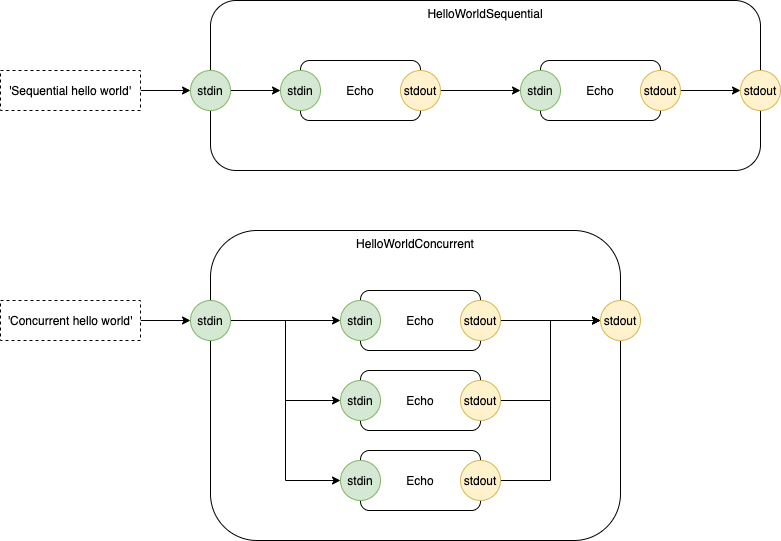
guitarvydas/py0d keeps this draw.io diagram as doc/test.png. Above is the earlier version. Source tidied: cells renumbered, new cells last; positions are measured from the earlier drawing's top-left corner, leaving out a move shared by most shapes. The source it was exported from:
```xml
<mxGraphModel>
  <root>
    <mxCell id="0" />
    <mxCell id="1" parent="0" />
    <mxCell id="2" value="HelloWorldSequential" style="rounded=1;whiteSpace=wrap;html=1;verticalAlign=top;" parent="1" vertex="1">
      <mxGeometry x="210" width="550" height="170" as="geometry" />
    </mxCell>
    <mxCell id="3" value="Echo" style="rounded=1;whiteSpace=wrap;html=1;" parent="1" vertex="1">
      <mxGeometry x="300" y="60" width="120" height="60" as="geometry" />
    </mxCell>
    <mxCell id="4" value="Echo" style="rounded=1;whiteSpace=wrap;html=1;" parent="1" vertex="1">
      <mxGeometry x="540" y="60" width="120" height="60" as="geometry" />
    </mxCell>
    <mxCell id="5" style="edgeStyle=orthogonalEdgeStyle;rounded=0;jettySize=auto;html=1;exitX=1;exitY=0.5;exitDx=0;exitDy=0;entryX=0;entryY=0.5;entryDx=0;entryDy=0;" parent="1" edge="1" source="6" target="7">
      <mxGeometry relative="1" as="geometry" />
    </mxCell>
    <mxCell id="6" value="stdout" style="ellipse;whiteSpace=wrap;html=1;fillColor=#fff2cc;strokeColor=#d6b656;" parent="1" vertex="1">
      <mxGeometry x="400" y="70" width="40" height="40" as="geometry" />
    </mxCell>
    <mxCell id="7" value="stdin" style="ellipse;whiteSpace=wrap;html=1;fillColor=#d5e8d4;strokeColor=#82b366;" parent="1" vertex="1">
      <mxGeometry x="520" y="70" width="40" height="40" as="geometry" />
    </mxCell>
    <mxCell id="8" value="stdin" style="ellipse;whiteSpace=wrap;html=1;fillColor=#d5e8d4;strokeColor=#82b366;" parent="1" vertex="1">
      <mxGeometry x="280" y="70" width="40" height="40" as="geometry" />
    </mxCell>
    <mxCell id="9" style="edgeStyle=orthogonalEdgeStyle;rounded=0;jettySize=auto;html=1;exitX=1;exitY=0.5;exitDx=0;exitDy=0;" parent="1" edge="1" source="10" target="11">
      <mxGeometry relative="1" as="geometry" />
    </mxCell>
    <mxCell id="10" value="stdout" style="ellipse;whiteSpace=wrap;html=1;fillColor=#fff2cc;strokeColor=#d6b656;" parent="1" vertex="1">
      <mxGeometry x="640" y="70" width="40" height="40" as="geometry" />
    </mxCell>
    <mxCell id="11" value="stdout" style="ellipse;whiteSpace=wrap;html=1;fillColor=#fff2cc;strokeColor=#d6b656;" parent="1" vertex="1">
      <mxGeometry x="740" y="70" width="40" height="40" as="geometry" />
    </mxCell>
    <mxCell id="12" style="edgeStyle=orthogonalEdgeStyle;rounded=0;jettySize=auto;html=1;exitX=1;exitY=0.5;exitDx=0;exitDy=0;entryX=0;entryY=0.5;entryDx=0;entryDy=0;" parent="1" edge="1" source="13" target="8">
      <mxGeometry relative="1" as="geometry" />
    </mxCell>
    <mxCell id="13" value="stdin" style="ellipse;whiteSpace=wrap;html=1;fillColor=#d5e8d4;strokeColor=#82b366;" parent="1" vertex="1">
      <mxGeometry x="190" y="70" width="40" height="40" as="geometry" />
    </mxCell>
    <mxCell id="14" style="edgeStyle=orthogonalEdgeStyle;rounded=0;jettySize=auto;html=1;exitX=1;exitY=0.5;exitDx=0;exitDy=0;entryX=0;entryY=0.5;entryDx=0;entryDy=0;" parent="1" edge="1" source="15" target="13">
      <mxGeometry relative="1" as="geometry" />
    </mxCell>
    <mxCell id="15" value="'Sequential hello world'" style="rounded=0;whiteSpace=wrap;html=1;dashed=1;" parent="1" vertex="1">
      <mxGeometry y="70" width="140" height="40" as="geometry" />
    </mxCell>
    <mxCell id="16" value="HelloWorldConcurrent" style="rounded=1;whiteSpace=wrap;html=1;verticalAlign=top;" parent="1" vertex="1">
      <mxGeometry x="210" y="230" width="410" height="310" as="geometry" />
    </mxCell>
    <mxCell id="17" value="Echo" style="rounded=1;whiteSpace=wrap;html=1;" parent="1" vertex="1">
      <mxGeometry x="360" y="290" width="120" height="60" as="geometry" />
    </mxCell>
    <mxCell id="18" value="Echo" style="rounded=1;whiteSpace=wrap;html=1;" parent="1" vertex="1">
      <mxGeometry x="360" y="450" width="120" height="60" as="geometry" />
    </mxCell>
    <mxCell id="19" style="edgeStyle=orthogonalEdgeStyle;rounded=0;jettySize=auto;html=1;exitX=1;exitY=0.5;exitDx=0;exitDy=0;entryX=0;entryY=0.5;entryDx=0;entryDy=0;" parent="1" edge="1" source="20" target="25">
      <mxGeometry relative="1" as="geometry" />
    </mxCell>
    <mxCell id="20" value="stdout" style="ellipse;whiteSpace=wrap;html=1;fillColor=#fff2cc;strokeColor=#d6b656;" parent="1" vertex="1">
      <mxGeometry x="460" y="300" width="40" height="40" as="geometry" />
    </mxCell>
    <mxCell id="21" value="stdin" style="ellipse;whiteSpace=wrap;html=1;fillColor=#d5e8d4;strokeColor=#82b366;" parent="1" vertex="1">
      <mxGeometry x="340" y="460" width="40" height="40" as="geometry" />
    </mxCell>
    <mxCell id="22" value="stdin" style="ellipse;whiteSpace=wrap;html=1;fillColor=#d5e8d4;strokeColor=#82b366;" parent="1" vertex="1">
      <mxGeometry x="340" y="300" width="40" height="40" as="geometry" />
    </mxCell>
    <mxCell id="23" style="edgeStyle=orthogonalEdgeStyle;rounded=0;jettySize=auto;html=1;exitX=1;exitY=0.5;exitDx=0;exitDy=0;entryX=0;entryY=0.5;entryDx=0;entryDy=0;" parent="1" edge="1" source="24" target="25">
      <mxGeometry relative="1" as="geometry" />
    </mxCell>
    <mxCell id="24" value="stdout" style="ellipse;whiteSpace=wrap;html=1;fillColor=#fff2cc;strokeColor=#d6b656;" parent="1" vertex="1">
      <mxGeometry x="460" y="460" width="40" height="40" as="geometry" />
    </mxCell>
    <mxCell id="25" value="stdout" style="ellipse;whiteSpace=wrap;html=1;fillColor=#fff2cc;strokeColor=#d6b656;" parent="1" vertex="1">
      <mxGeometry x="600" y="300" width="40" height="40" as="geometry" />
    </mxCell>
    <mxCell id="26" style="edgeStyle=orthogonalEdgeStyle;rounded=0;jettySize=auto;html=1;exitX=1;exitY=0.5;exitDx=0;exitDy=0;entryX=0;entryY=0.5;entryDx=0;entryDy=0;" parent="1" edge="1" source="29" target="22">
      <mxGeometry relative="1" as="geometry" />
    </mxCell>
    <mxCell id="27" style="edgeStyle=orthogonalEdgeStyle;rounded=0;jettySize=auto;html=1;exitX=1;exitY=0.5;exitDx=0;exitDy=0;entryX=0;entryY=0.5;entryDx=0;entryDy=0;" parent="1" edge="1" source="29" target="33">
      <mxGeometry relative="1" as="geometry" />
    </mxCell>
    <mxCell id="28" style="edgeStyle=orthogonalEdgeStyle;rounded=0;jettySize=auto;html=1;exitX=1;exitY=0.5;exitDx=0;exitDy=0;entryX=0;entryY=0.5;entryDx=0;entryDy=0;" parent="1" edge="1" source="29" target="21">
      <mxGeometry relative="1" as="geometry" />
    </mxCell>
    <mxCell id="29" value="stdin" style="ellipse;whiteSpace=wrap;html=1;fillColor=#d5e8d4;strokeColor=#82b366;" parent="1" vertex="1">
      <mxGeometry x="190" y="300" width="40" height="40" as="geometry" />
    </mxCell>
    <mxCell id="30" style="edgeStyle=orthogonalEdgeStyle;rounded=0;jettySize=auto;html=1;exitX=1;exitY=0.5;exitDx=0;exitDy=0;entryX=0;entryY=0.5;entryDx=0;entryDy=0;" parent="1" edge="1" source="31" target="29">
      <mxGeometry relative="1" as="geometry" />
    </mxCell>
    <mxCell id="31" value="'Concurrent hello world'" style="rounded=0;whiteSpace=wrap;html=1;dashed=1;" parent="1" vertex="1">
      <mxGeometry y="300" width="140" height="40" as="geometry" />
    </mxCell>
    <mxCell id="32" value="Echo" style="rounded=1;whiteSpace=wrap;html=1;" parent="1" vertex="1">
      <mxGeometry x="360" y="370" width="120" height="60" as="geometry" />
    </mxCell>
    <mxCell id="33" value="stdin" style="ellipse;whiteSpace=wrap;html=1;fillColor=#d5e8d4;strokeColor=#82b366;" parent="1" vertex="1">
      <mxGeometry x="340" y="380" width="40" height="40" as="geometry" />
    </mxCell>
    <mxCell id="34" style="edgeStyle=orthogonalEdgeStyle;rounded=0;jettySize=auto;html=1;exitX=1;exitY=0.5;exitDx=0;exitDy=0;entryX=0;entryY=0.5;entryDx=0;entryDy=0;" parent="1" edge="1" source="35" target="25">
      <mxGeometry relative="1" as="geometry" />
    </mxCell>
    <mxCell id="35" value="stdout" style="ellipse;whiteSpace=wrap;html=1;fillColor=#fff2cc;strokeColor=#d6b656;" parent="1" vertex="1">
      <mxGeometry x="460" y="380" width="40" height="40" as="geometry" />
    </mxCell>
  </root>
</mxGraphModel>
```
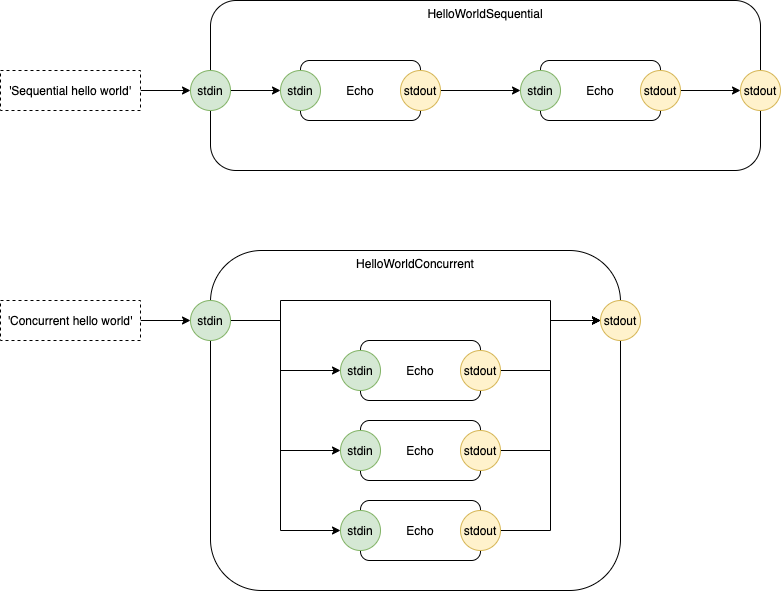
The same diagram one commit later.

Diff of the diagram source:
```diff
@@ -44,65 +44,92 @@
     <mxCell id="15" value="'Sequential hello world'" style="rounded=0;whiteSpace=wrap;html=1;dashed=1;" parent="1" vertex="1">
       <mxGeometry y="70" width="140" height="40" as="geometry" />
     </mxCell>
-    <mxCell id="16" value="HelloWorldConcurrent" style="rounded=1;whiteSpace=wrap;html=1;verticalAlign=top;" parent="1" vertex="1">
-      <mxGeometry x="210" y="230" width="410" height="310" as="geometry" />
-    </mxCell>
-    <mxCell id="17" value="Echo" style="rounded=1;whiteSpace=wrap;html=1;" parent="1" vertex="1">
-      <mxGeometry x="360" y="290" width="120" height="60" as="geometry" />
-    </mxCell>
-    <mxCell id="18" value="Echo" style="rounded=1;whiteSpace=wrap;html=1;" parent="1" vertex="1">
-      <mxGeometry x="360" y="450" width="120" height="60" as="geometry" />
-    </mxCell>
-    <mxCell id="19" style="edgeStyle=orthogonalEdgeStyle;rounded=0;jettySize=auto;html=1;exitX=1;exitY=0.5;exitDx=0;exitDy=0;entryX=0;entryY=0.5;entryDx=0;entryDy=0;" parent="1" edge="1" source="20" target="25">
-      <mxGeometry relative="1" as="geometry" />
-    </mxCell>
-    <mxCell id="20" value="stdout" style="ellipse;whiteSpace=wrap;html=1;fillColor=#fff2cc;strokeColor=#d6b656;" parent="1" vertex="1">
-      <mxGeometry x="460" y="300" width="40" height="40" as="geometry" />
-    </mxCell>
-    <mxCell id="21" value="stdin" style="ellipse;whiteSpace=wrap;html=1;fillColor=#d5e8d4;strokeColor=#82b366;" parent="1" vertex="1">
-      <mxGeometry x="340" y="460" width="40" height="40" as="geometry" />
-    </mxCell>
-    <mxCell id="22" value="stdin" style="ellipse;whiteSpace=wrap;html=1;fillColor=#d5e8d4;strokeColor=#82b366;" parent="1" vertex="1">
-      <mxGeometry x="340" y="300" width="40" height="40" as="geometry" />
-    </mxCell>
-    <mxCell id="23" style="edgeStyle=orthogonalEdgeStyle;rounded=0;jettySize=auto;html=1;exitX=1;exitY=0.5;exitDx=0;exitDy=0;entryX=0;entryY=0.5;entryDx=0;entryDy=0;" parent="1" edge="1" source="24" target="25">
-      <mxGeometry relative="1" as="geometry" />
-    </mxCell>
-    <mxCell id="24" value="stdout" style="ellipse;whiteSpace=wrap;html=1;fillColor=#fff2cc;strokeColor=#d6b656;" parent="1" vertex="1">
-      <mxGeometry x="460" y="460" width="40" height="40" as="geometry" />
-    </mxCell>
-    <mxCell id="25" value="stdout" style="ellipse;whiteSpace=wrap;html=1;fillColor=#fff2cc;strokeColor=#d6b656;" parent="1" vertex="1">
-      <mxGeometry x="600" y="300" width="40" height="40" as="geometry" />
-    </mxCell>
-    <mxCell id="26" style="edgeStyle=orthogonalEdgeStyle;rounded=0;jettySize=auto;html=1;exitX=1;exitY=0.5;exitDx=0;exitDy=0;entryX=0;entryY=0.5;entryDx=0;entryDy=0;" parent="1" edge="1" source="29" target="22">
-      <mxGeometry relative="1" as="geometry" />
-    </mxCell>
-    <mxCell id="27" style="edgeStyle=orthogonalEdgeStyle;rounded=0;jettySize=auto;html=1;exitX=1;exitY=0.5;exitDx=0;exitDy=0;entryX=0;entryY=0.5;entryDx=0;entryDy=0;" parent="1" edge="1" source="29" target="33">
-      <mxGeometry relative="1" as="geometry" />
-    </mxCell>
-    <mxCell id="28" style="edgeStyle=orthogonalEdgeStyle;rounded=0;jettySize=auto;html=1;exitX=1;exitY=0.5;exitDx=0;exitDy=0;entryX=0;entryY=0.5;entryDx=0;entryDy=0;" parent="1" edge="1" source="29" target="21">
-      <mxGeometry relative="1" as="geometry" />
-    </mxCell>
-    <mxCell id="29" value="stdin" style="ellipse;whiteSpace=wrap;html=1;fillColor=#d5e8d4;strokeColor=#82b366;" parent="1" vertex="1">
-      <mxGeometry x="190" y="300" width="40" height="40" as="geometry" />
-    </mxCell>
-    <mxCell id="30" style="edgeStyle=orthogonalEdgeStyle;rounded=0;jettySize=auto;html=1;exitX=1;exitY=0.5;exitDx=0;exitDy=0;entryX=0;entryY=0.5;entryDx=0;entryDy=0;" parent="1" edge="1" source="31" target="29">
-      <mxGeometry relative="1" as="geometry" />
+    <mxCell id="30" style="edgeStyle=orthogonalEdgeStyle;rounded=0;jettySize=auto;html=1;exitX=1;exitY=0.5;exitDx=0;exitDy=0;entryX=0;entryY=0.5;entryDx=0;entryDy=0;" parent="1" edge="1" source="31">
+      <mxGeometry relative="1" as="geometry">
+        <mxPoint x="190" y="320" as="targetPoint" />
+      </mxGeometry>
     </mxCell>
     <mxCell id="31" value="'Concurrent hello world'" style="rounded=0;whiteSpace=wrap;html=1;dashed=1;" parent="1" vertex="1">
       <mxGeometry y="300" width="140" height="40" as="geometry" />
     </mxCell>
-    <mxCell id="32" value="Echo" style="rounded=1;whiteSpace=wrap;html=1;" parent="1" vertex="1">
-      <mxGeometry x="360" y="370" width="120" height="60" as="geometry" />
-    </mxCell>
-    <mxCell id="33" value="stdin" style="ellipse;whiteSpace=wrap;html=1;fillColor=#d5e8d4;strokeColor=#82b366;" parent="1" vertex="1">
-      <mxGeometry x="340" y="380" width="40" height="40" as="geometry" />
-    </mxCell>
-    <mxCell id="34" style="edgeStyle=orthogonalEdgeStyle;rounded=0;jettySize=auto;html=1;exitX=1;exitY=0.5;exitDx=0;exitDy=0;entryX=0;entryY=0.5;entryDx=0;entryDy=0;" parent="1" edge="1" source="35" target="25">
-      <mxGeometry relative="1" as="geometry" />
-    </mxCell>
-    <mxCell id="35" value="stdout" style="ellipse;whiteSpace=wrap;html=1;fillColor=#fff2cc;strokeColor=#d6b656;" parent="1" vertex="1">
-      <mxGeometry x="460" y="380" width="40" height="40" as="geometry" />
-    </mxCell>
+    <mxCell id="16" value="HelloWorldConcurrent" style="rounded=1;whiteSpace=wrap;html=1;verticalAlign=top;" parent="1" vertex="1">
+      <mxGeometry x="210" y="250" width="410" height="340" as="geometry" />
+    </mxCell>
+    <mxCell id="36" value="Echo" style="rounded=1;whiteSpace=wrap;html=1;" parent="1" vertex="1">
+      <mxGeometry x="360" y="340" width="120" height="60" as="geometry" />
+    </mxCell>
+    <mxCell id="37" value="Echo" style="rounded=1;whiteSpace=wrap;html=1;" parent="1" vertex="1">
+      <mxGeometry x="360" y="500" width="120" height="60" as="geometry" />
+    </mxCell>
+    <mxCell id="38" style="edgeStyle=orthogonalEdgeStyle;rounded=0;jettySize=auto;html=1;exitX=1;exitY=0.5;exitDx=0;exitDy=0;entryX=0;entryY=0.5;entryDx=0;entryDy=0;" parent="1" edge="1" source="39" target="25">
+      <mxGeometry relative="1" as="geometry" />
+    </mxCell>
+    <mxCell id="39" value="stdout" style="ellipse;whiteSpace=wrap;html=1;fillColor=#fff2cc;strokeColor=#d6b656;" parent="1" vertex="1">
+      <mxGeometry x="460" y="350" width="40" height="40" as="geometry" />
+    </mxCell>
+    <mxCell id="40" value="stdin" style="ellipse;whiteSpace=wrap;html=1;fillColor=#d5e8d4;strokeColor=#82b366;" parent="1" vertex="1">
+      <mxGeometry x="340" y="510" width="40" height="40" as="geometry" />
+    </mxCell>
+    <mxCell id="41" value="stdin" style="ellipse;whiteSpace=wrap;html=1;fillColor=#d5e8d4;strokeColor=#82b366;" parent="1" vertex="1">
+      <mxGeometry x="340" y="350" width="40" height="40" as="geometry" />
+    </mxCell>
+    <mxCell id="42" style="edgeStyle=orthogonalEdgeStyle;rounded=0;jettySize=auto;html=1;exitX=1;exitY=0.5;exitDx=0;exitDy=0;entryX=0;entryY=0.5;entryDx=0;entryDy=0;" parent="1" edge="1" source="43" target="25">
+      <mxGeometry relative="1" as="geometry" />
+    </mxCell>
+    <mxCell id="43" value="stdout" style="ellipse;whiteSpace=wrap;html=1;fillColor=#fff2cc;strokeColor=#d6b656;" parent="1" vertex="1">
+      <mxGeometry x="460" y="510" width="40" height="40" as="geometry" />
+    </mxCell>
+    <mxCell id="25" value="stdout" style="ellipse;whiteSpace=wrap;html=1;fillColor=#fff2cc;strokeColor=#d6b656;" parent="1" vertex="1">
+      <mxGeometry x="600" y="300" width="40" height="40" as="geometry" />
+    </mxCell>
+    <mxCell id="44" style="edgeStyle=orthogonalEdgeStyle;rounded=0;jettySize=auto;html=1;exitX=1;exitY=0.5;exitDx=0;exitDy=0;entryX=0;entryY=0.5;entryDx=0;entryDy=0;" parent="1" edge="1" source="29" target="41">
+      <mxGeometry relative="1" as="geometry">
+        <Array as="points">
+          <mxPoint x="280" y="320" />
+          <mxPoint x="280" y="370" />
+        </Array>
+      </mxGeometry>
+    </mxCell>
+    <mxCell id="45" style="edgeStyle=orthogonalEdgeStyle;rounded=0;jettySize=auto;html=1;exitX=1;exitY=0.5;exitDx=0;exitDy=0;entryX=0;entryY=0.5;entryDx=0;entryDy=0;" parent="1" edge="1" source="29" target="49">
+      <mxGeometry relative="1" as="geometry">
+        <Array as="points">
+          <mxPoint x="280" y="320" />
+          <mxPoint x="280" y="450" />
+        </Array>
+      </mxGeometry>
+    </mxCell>
+    <mxCell id="46" style="edgeStyle=orthogonalEdgeStyle;rounded=0;jettySize=auto;html=1;exitX=1;exitY=0.5;exitDx=0;exitDy=0;entryX=0;entryY=0.5;entryDx=0;entryDy=0;" parent="1" edge="1" source="29" target="40">
+      <mxGeometry relative="1" as="geometry">
+        <Array as="points">
+          <mxPoint x="280" y="320" />
+          <mxPoint x="280" y="530" />
+        </Array>
+      </mxGeometry>
+    </mxCell>
+    <mxCell id="47" style="edgeStyle=orthogonalEdgeStyle;rounded=0;jettySize=auto;html=1;exitX=1;exitY=0.5;exitDx=0;exitDy=0;entryX=0;entryY=0.5;entryDx=0;entryDy=0;" parent="1" edge="1" source="29" target="25">
+      <mxGeometry relative="1" as="geometry">
+        <Array as="points">
+          <mxPoint x="280" y="320" />
+          <mxPoint x="280" y="300" />
+          <mxPoint x="550" y="300" />
+          <mxPoint x="550" y="320" />
+        </Array>
+      </mxGeometry>
+    </mxCell>
+    <mxCell id="29" value="stdin" style="ellipse;whiteSpace=wrap;html=1;fillColor=#d5e8d4;strokeColor=#82b366;" parent="1" vertex="1">
+      <mxGeometry x="190" y="300" width="40" height="40" as="geometry" />
+    </mxCell>
+    <mxCell id="48" value="Echo" style="rounded=1;whiteSpace=wrap;html=1;" parent="1" vertex="1">
+      <mxGeometry x="360" y="420" width="120" height="60" as="geometry" />
+    </mxCell>
+    <mxCell id="49" value="stdin" style="ellipse;whiteSpace=wrap;html=1;fillColor=#d5e8d4;strokeColor=#82b366;" parent="1" vertex="1">
+      <mxGeometry x="340" y="430" width="40" height="40" as="geometry" />
+    </mxCell>
+    <mxCell id="50" style="edgeStyle=orthogonalEdgeStyle;rounded=0;jettySize=auto;html=1;exitX=1;exitY=0.5;exitDx=0;exitDy=0;entryX=0;entryY=0.5;entryDx=0;entryDy=0;" parent="1" edge="1" source="51" target="25">
+      <mxGeometry relative="1" as="geometry" />
+    </mxCell>
+    <mxCell id="51" value="stdout" style="ellipse;whiteSpace=wrap;html=1;fillColor=#fff2cc;strokeColor=#d6b656;" parent="1" vertex="1">
+      <mxGeometry x="460" y="430" width="40" height="40" as="geometry" />
+    </mxCell>
   </root>
 </mxGraphModel>
```
